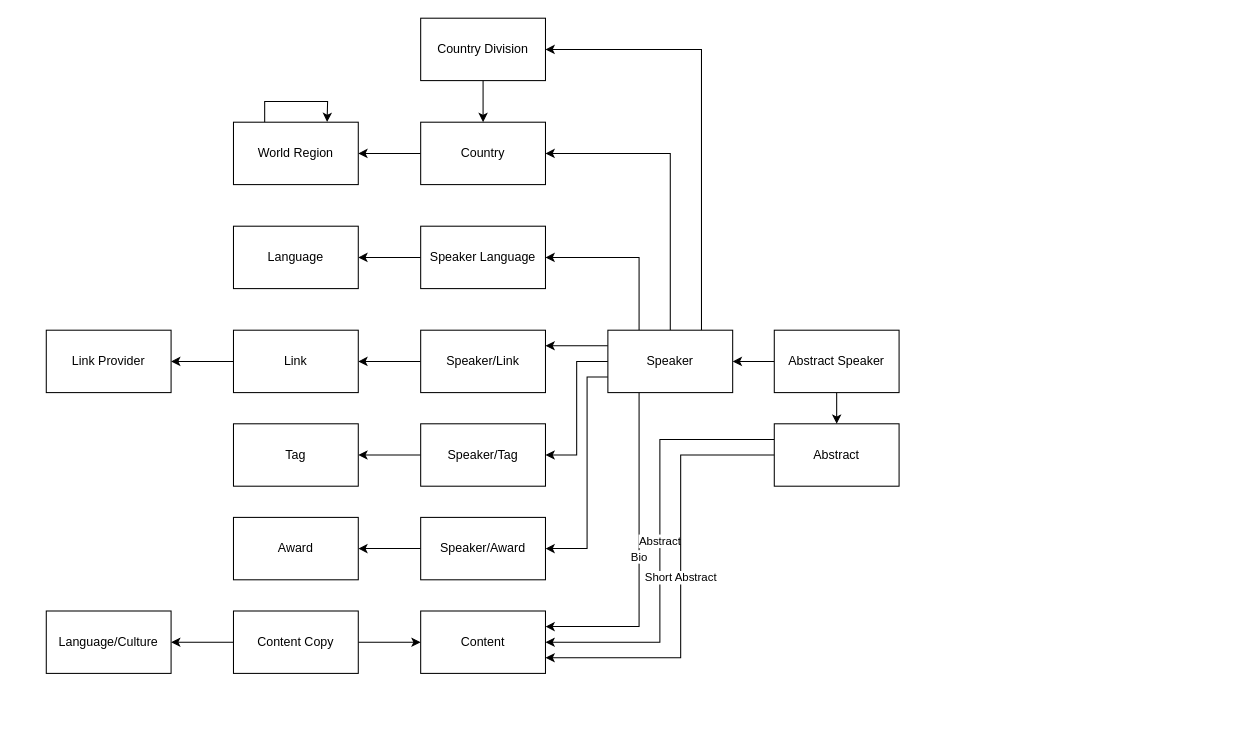
Shindig-Manager/Architecture keeps this draw.io diagram as Untitled Diagram.drawio. Above is the earlier version. Source tidied: cells renumbered, new cells numbered last; positions are measured from the earlier drawing's top-left corner, leaving out a move shared by most shapes. Both pictures are drawn from the tidied source at 104%, with x=0, y=0 at pixel (46, 18).
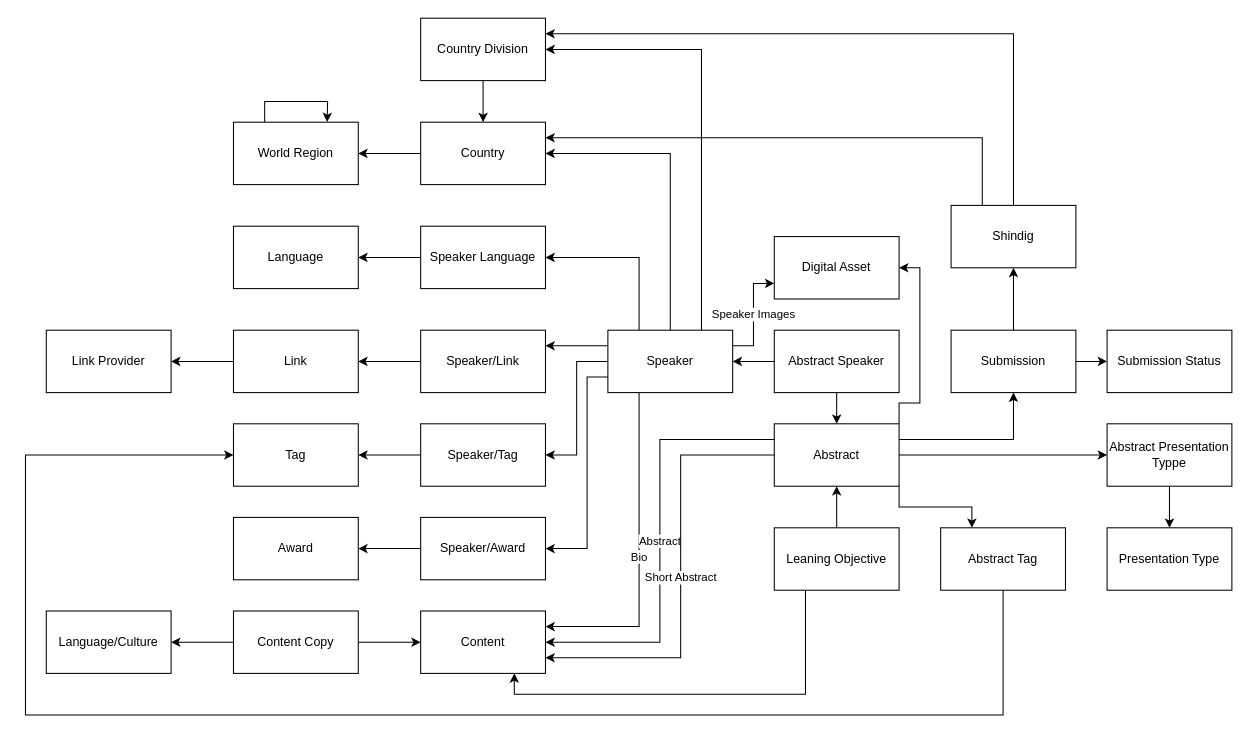
After the change.

The change refers to these unchanged cells:
```xml
<mxCell id="9" value="Speaker" style="rounded=0;whiteSpace=wrap;html=1;" parent="1" vertex="1">
  <mxGeometry x="540" y="300" width="120" height="60" as="geometry" />
</mxCell>
<mxCell id="17" value="Tag" style="rounded=0;whiteSpace=wrap;html=1;" parent="1" vertex="1">
  <mxGeometry x="180" y="390" width="120" height="60" as="geometry" />
</mxCell>
<mxCell id="25" value="Country" style="rounded=0;whiteSpace=wrap;html=1;" parent="1" vertex="1">
  <mxGeometry x="360" y="100" width="120" height="60" as="geometry" />
</mxCell>
<mxCell id="27" value="Country Division" style="rounded=0;whiteSpace=wrap;html=1;" parent="1" vertex="1">
  <mxGeometry x="360" width="120" height="60" as="geometry" />
</mxCell>
<mxCell id="30" value="Content" style="rounded=0;whiteSpace=wrap;html=1;" parent="1" vertex="1">
  <mxGeometry x="360" y="570" width="120" height="60" as="geometry" />
</mxCell>
<mxCell id="37" value="Abstract" style="rounded=0;whiteSpace=wrap;html=1;" parent="1" vertex="1">
  <mxGeometry x="700" y="390" width="120" height="60" as="geometry" />
</mxCell>
```

Diff of the diagram source:
```diff
@@
+    <mxCell id="41" value="Speaker Images" style="edgeStyle=orthogonalEdgeStyle;rounded=0;jettySize=auto;html=1;exitX=1;exitY=0.25;exitDx=0;exitDy=0;entryX=0;entryY=0.75;entryDx=0;entryDy=0;" parent="1" edge="1" source="9" target="61">
+      <mxGeometry relative="1" as="geometry" />
+    </mxCell>
@@
+    <mxCell id="42" style="edgeStyle=orthogonalEdgeStyle;rounded=0;jettySize=auto;html=1;exitX=1;exitY=1;exitDx=0;exitDy=0;entryX=0.25;entryY=0;entryDx=0;entryDy=0;" parent="1" edge="1" source="37" target="50">
+      <mxGeometry relative="1" as="geometry" />
+    </mxCell>
+    <mxCell id="43" style="edgeStyle=orthogonalEdgeStyle;rounded=0;jettySize=auto;html=1;exitX=1;exitY=0.5;exitDx=0;exitDy=0;entryX=0;entryY=0.5;entryDx=0;entryDy=0;" parent="1" edge="1" source="37" target="53">
+      <mxGeometry relative="1" as="geometry" />
+    </mxCell>
+    <mxCell id="44" style="edgeStyle=orthogonalEdgeStyle;rounded=0;jettySize=auto;html=1;exitX=1;exitY=0.25;exitDx=0;exitDy=0;entryX=0.5;entryY=1;entryDx=0;entryDy=0;" parent="1" edge="1" source="37" target="56">
+      <mxGeometry relative="1" as="geometry" />
+    </mxCell>
+    <mxCell id="45" style="edgeStyle=orthogonalEdgeStyle;rounded=0;jettySize=auto;html=1;exitX=1;exitY=0;exitDx=0;exitDy=0;entryX=1;entryY=0.5;entryDx=0;entryDy=0;" parent="1" edge="1" source="37" target="61">
+      <mxGeometry relative="1" as="geometry">
+        <Array as="points">
+          <mxPoint x="820" y="370" />
+          <mxPoint x="840" y="370" />
+          <mxPoint x="840" y="240" />
+        </Array>
+      </mxGeometry>
+    </mxCell>
@@
+    <mxCell id="46" style="edgeStyle=orthogonalEdgeStyle;rounded=0;jettySize=auto;html=1;" parent="1" edge="1" source="48" target="37">
+      <mxGeometry relative="1" as="geometry" />
+    </mxCell>
+    <mxCell id="47" style="edgeStyle=orthogonalEdgeStyle;rounded=0;jettySize=auto;html=1;exitX=0.25;exitY=1;exitDx=0;exitDy=0;entryX=0.75;entryY=1;entryDx=0;entryDy=0;" parent="1" edge="1" source="48" target="30">
+      <mxGeometry relative="1" as="geometry" />
+    </mxCell>
+    <mxCell id="48" value="Leaning Objective" style="rounded=0;whiteSpace=wrap;html=1;" parent="1" vertex="1">
+      <mxGeometry x="700" y="490" width="120" height="60" as="geometry" />
+    </mxCell>
+    <mxCell id="49" style="edgeStyle=orthogonalEdgeStyle;rounded=0;jettySize=auto;html=1;exitX=0.5;exitY=1;exitDx=0;exitDy=0;entryX=0;entryY=0.5;entryDx=0;entryDy=0;" parent="1" edge="1" source="50" target="17">
+      <mxGeometry relative="1" as="geometry">
+        <Array as="points">
+          <mxPoint x="920" y="670" />
+          <mxPoint x="-20" y="670" />
+          <mxPoint x="-20" y="420" />
+        </Array>
+      </mxGeometry>
+    </mxCell>
+    <mxCell id="50" value="Abstract Tag" style="rounded=0;whiteSpace=wrap;html=1;" parent="1" vertex="1">
+      <mxGeometry x="860" y="490" width="120" height="60" as="geometry" />
+    </mxCell>
+    <mxCell id="51" value="Presentation Type" style="rounded=0;whiteSpace=wrap;html=1;" parent="1" vertex="1">
+      <mxGeometry x="1020" y="490" width="120" height="60" as="geometry" />
+    </mxCell>
+    <mxCell id="52" style="edgeStyle=orthogonalEdgeStyle;rounded=0;jettySize=auto;html=1;" parent="1" edge="1" source="53" target="51">
+      <mxGeometry relative="1" as="geometry" />
+    </mxCell>
+    <mxCell id="53" value="Abstract Presentation Typpe" style="rounded=0;whiteSpace=wrap;html=1;" parent="1" vertex="1">
+      <mxGeometry x="1020" y="390" width="120" height="60" as="geometry" />
+    </mxCell>
+    <mxCell id="54" style="edgeStyle=orthogonalEdgeStyle;rounded=0;jettySize=auto;html=1;" parent="1" edge="1" source="56" target="57">
+      <mxGeometry relative="1" as="geometry" />
+    </mxCell>
+    <mxCell id="55" style="edgeStyle=orthogonalEdgeStyle;rounded=0;jettySize=auto;html=1;" parent="1" edge="1" source="56" target="60">
+      <mxGeometry relative="1" as="geometry" />
+    </mxCell>
+    <mxCell id="56" value="Submission" style="rounded=0;whiteSpace=wrap;html=1;" parent="1" vertex="1">
+      <mxGeometry x="870" y="300" width="120" height="60" as="geometry" />
+    </mxCell>
+    <mxCell id="57" value="Submission Status" style="rounded=0;whiteSpace=wrap;html=1;" parent="1" vertex="1">
+      <mxGeometry x="1020" y="300" width="120" height="60" as="geometry" />
+    </mxCell>
+    <mxCell id="58" style="edgeStyle=orthogonalEdgeStyle;rounded=0;jettySize=auto;html=1;exitX=0.25;exitY=0;exitDx=0;exitDy=0;entryX=1;entryY=0.25;entryDx=0;entryDy=0;" parent="1" edge="1" source="60" target="25">
+      <mxGeometry relative="1" as="geometry" />
+    </mxCell>
+    <mxCell id="59" style="edgeStyle=orthogonalEdgeStyle;rounded=0;jettySize=auto;html=1;exitX=0.5;exitY=0;exitDx=0;exitDy=0;entryX=1;entryY=0.25;entryDx=0;entryDy=0;" parent="1" edge="1" source="60" target="27">
+      <mxGeometry relative="1" as="geometry" />
+    </mxCell>
+    <mxCell id="60" value="Shindig" style="rounded=0;whiteSpace=wrap;html=1;" parent="1" vertex="1">
+      <mxGeometry x="870" y="180" width="120" height="60" as="geometry" />
+    </mxCell>
+    <mxCell id="61" value="Digital Asset" style="rounded=0;whiteSpace=wrap;html=1;" parent="1" vertex="1">
+      <mxGeometry x="700" y="210" width="120" height="60" as="geometry" />
+    </mxCell>
```
